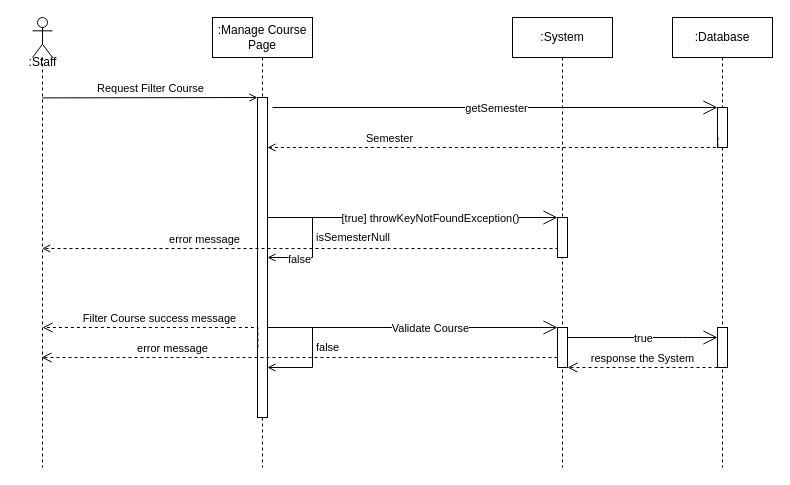
The draw.io diagram page "Sequence Course" (19 of 25) of Untitled Diagram.drawio in minhng-178/web-starter-projects, before the edit. Source tidied: cells renumbered, new cells numbered last; positions are measured from the earlier drawing's top-left corner, leaving out a move shared by most shapes. Both pictures are drawn from the tidied source at 100%, with x=0, y=0 at pixel (17, 17).
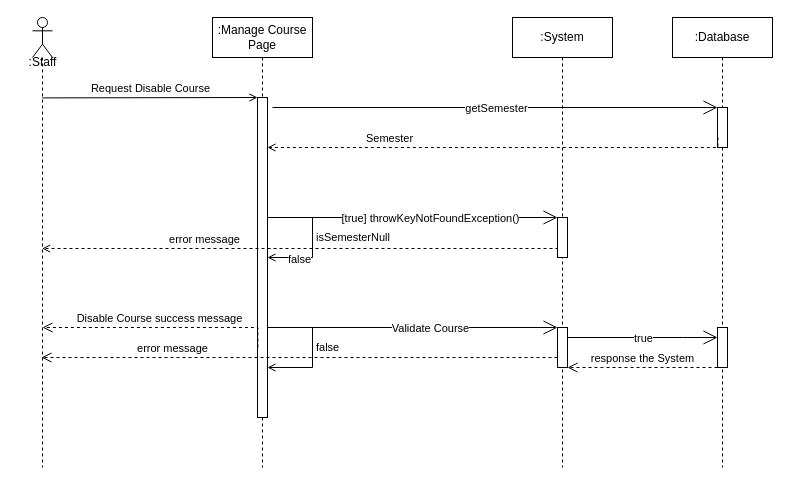
After the change.

Unchanged cells that the change refers to:
```xml
<mxCell id="6" style="html=1;points=[];perimeter=orthogonalPerimeter;outlineConnect=0;targetShapes=umlLifeline;portConstraint=eastwest;newEdgeStyle={&quot;edgeStyle&quot;:&quot;elbowEdgeStyle&quot;,&quot;elbow&quot;:&quot;vertical&quot;,&quot;curved&quot;:0,&quot;rounded&quot;:0};" parent="5" vertex="1">
  <mxGeometry x="45" y="80" width="10" height="320" as="geometry" />
</mxCell>
```

What changed in the source:
```diff
@@
-    <mxCell id="4" value="Request Filter Course" style="html=1;verticalAlign=bottom;endArrow=open;edgeStyle=elbowEdgeStyle;elbow=vertical;curved=0;rounded=0;endFill=0;" parent="1" edge="1" target="6">
+    <mxCell id="4" value="Request Disable Course" style="html=1;verticalAlign=bottom;endArrow=open;edgeStyle=elbowEdgeStyle;elbow=vertical;curved=0;rounded=0;endFill=0;" parent="1" edge="1" target="6">
       <mxGeometry relative="1" as="geometry">
         <mxPoint x="24.9" y="80.4" as="sourcePoint" />
       </mxGeometry>
     </mxCell>
@@
-    <mxCell id="27" value="Filter Course success message" style="html=1;verticalAlign=bottom;endArrow=open;dashed=1;endSize=8;edgeStyle=elbowEdgeStyle;elbow=vertical;curved=0;rounded=0;" parent="1" edge="1">
+    <mxCell id="27" value="Disable Course success message" style="html=1;verticalAlign=bottom;endArrow=open;dashed=1;endSize=8;edgeStyle=elbowEdgeStyle;elbow=vertical;curved=0;rounded=0;" parent="1" edge="1">
       <mxGeometry relative="1" as="geometry">
         <mxPoint x="240.4" y="330" as="sourcePoint" />
         <mxPoint x="25" y="310" as="targetPoint" />
         <Array as="points">
           <mxPoint x="125" y="310" />
         </Array>
       </mxGeometry>
     </mxCell>
```
